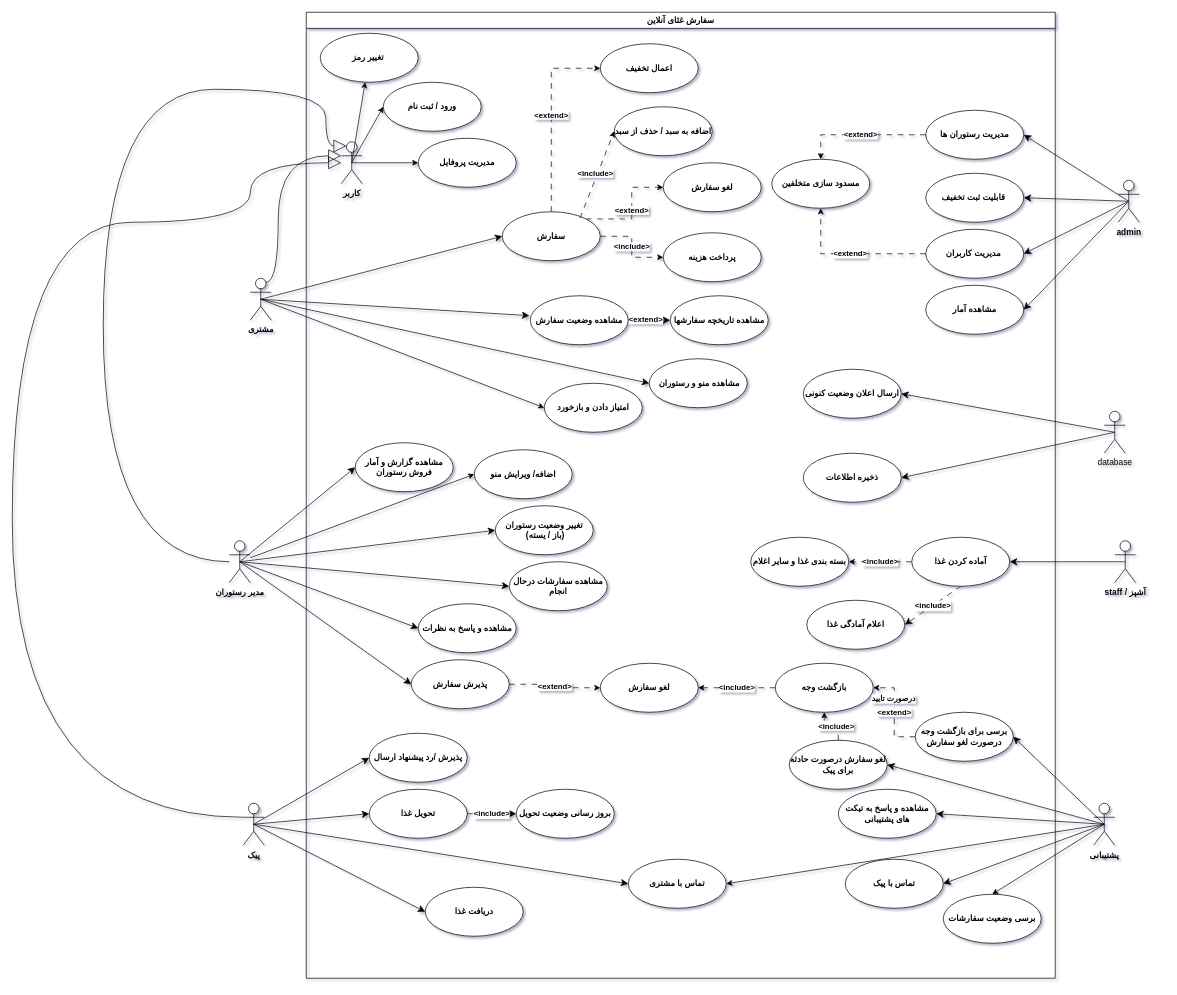
Earlier version of the draw.io diagram usecase.drawio (aqua1252/tasks). Source tidied: cells renumbered, new cells numbered last; positions are measured from the earlier drawing's top-left corner, leaving out a move shared by most shapes. Both pictures are drawn from the tidied source at 70%, with x=0, y=0 at pixel (12, 12).
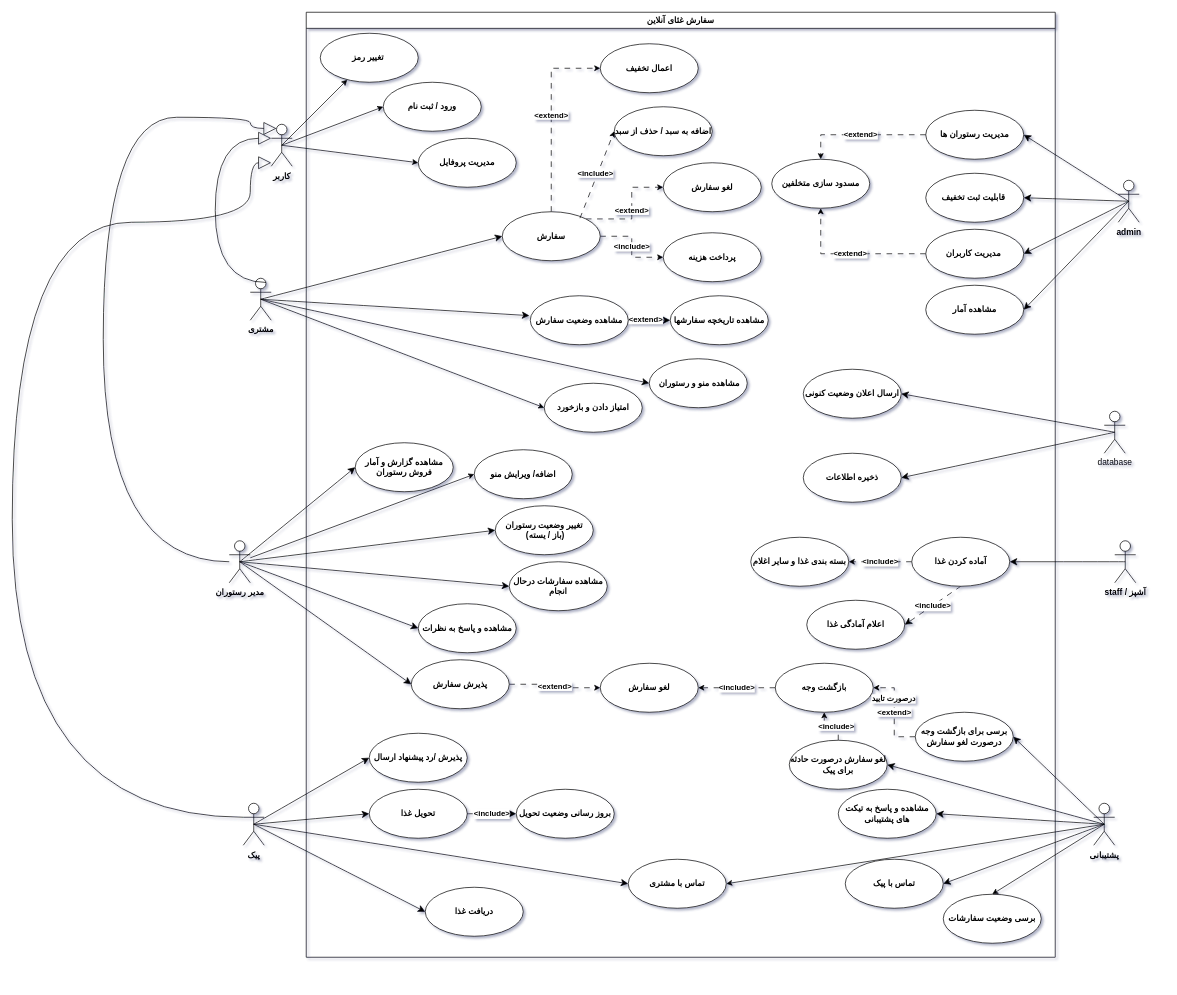
The same diagram, later.

The change refers to these unchanged cells:
```xml
<mxCell id="64" value="مشتری" style="shape=umlActor;verticalLabelPosition=bottom;verticalAlign=top;html=1;outlineConnect=0;fontStyle=1;" parent="1" vertex="1">
  <mxGeometry x="340" y="380" width="30" height="60" as="geometry" />
</mxCell>
<mxCell id="69" value="مدیر رستوران" style="shape=umlActor;verticalLabelPosition=bottom;verticalAlign=top;html=1;outlineConnect=0;fontStyle=1;" parent="1" vertex="1">
  <mxGeometry x="310" y="755" width="30" height="60" as="geometry" />
</mxCell>
<mxCell id="76" value="پیک" style="shape=umlActor;verticalLabelPosition=bottom;verticalAlign=top;html=1;outlineConnect=0;fontStyle=1;" parent="1" vertex="1">
  <mxGeometry x="330" y="1130" width="30" height="60" as="geometry" />
</mxCell>
<mxCell id="99" value="مدیریت پروفایل" style="ellipse;whiteSpace=wrap;html=1;fontStyle=1;" parent="82" vertex="1">
  <mxGeometry x="60" y="135" width="140" height="70" as="geometry" />
</mxCell>
<mxCell id="100" value="ورود / ثبت نام" style="ellipse;whiteSpace=wrap;html=1;fontStyle=1;" parent="82" vertex="1">
  <mxGeometry x="10" y="55" width="140" height="70" as="geometry" />
</mxCell>
<mxCell id="101" value="تغییر رمز&amp;nbsp;" style="ellipse;whiteSpace=wrap;html=1;fontStyle=1;" parent="81" vertex="1">
  <mxGeometry x="20" y="30" width="140" height="70" as="geometry" />
</mxCell>
```

The edit, as a diff of the source:
```diff
@@
     <mxCell id="81" value="سفارش غئای آنلاین" style="swimlane;whiteSpace=wrap;html=1;" parent="1" vertex="1">
-      <mxGeometry x="420" width="1070" height="1380" as="geometry" />
+      <mxGeometry x="420" width="1070" height="1350" as="geometry" />
     </mxCell>
@@
+    <mxCell id="106" style="endArrow=block;endSize=16;endFill=0;html=1;rounded=0;edgeStyle=orthogonalEdgeStyle;curved=1;entryX=0.25;entryY=0.1;entryDx=0;entryDy=0;entryPerimeter=0;" parent="1" edge="1" source="69" target="102">
+      <mxGeometry relative="1" as="geometry">
+        <Array as="points">
+          <mxPoint x="130" y="785" />
+          <mxPoint x="130" y="150" />
+          <mxPoint x="340" y="150" />
+          <mxPoint x="340" y="166" />
+        </Array>
+      </mxGeometry>
+    </mxCell>
+    <mxCell id="107" style="endArrow=block;endSize=16;endFill=0;html=1;rounded=0;edgeStyle=orthogonalEdgeStyle;curved=1;entryX=0;entryY=0.3333333333333333;entryDx=0;entryDy=0;entryPerimeter=0;exitX=0.75;exitY=0.1;exitDx=0;exitDy=0;exitPerimeter=0;" parent="1" edge="1" source="64" target="102">
+      <mxGeometry relative="1" as="geometry">
+        <Array as="points">
+          <mxPoint x="290" y="386" />
+          <mxPoint x="290" y="180" />
+        </Array>
+      </mxGeometry>
+    </mxCell>
+    <mxCell id="108" style="endArrow=block;endSize=16;endFill=0;html=1;rounded=0;edgeStyle=orthogonalEdgeStyle;curved=1;exitX=0;exitY=0.3333333333333333;exitDx=0;exitDy=0;exitPerimeter=0;" parent="1" edge="1" source="76" target="102">
+      <mxGeometry relative="1" as="geometry">
+        <Array as="points">
+          <mxPoint y="1150" />
+          <mxPoint y="300" />
+          <mxPoint x="340" y="300" />
+          <mxPoint x="340" y="215" />
+        </Array>
+      </mxGeometry>
+    </mxCell>
-    <mxCell id="102" value="کاربر" style="shape=umlActor;verticalLabelPosition=bottom;verticalAlign=top;html=1;outlineConnect=0;fontStyle=1;" parent="81" vertex="1">
-      <mxGeometry x="50" y="185" width="30" height="60" as="geometry" />
+    <mxCell id="102" value="کاربر" style="shape=umlActor;verticalLabelPosition=bottom;verticalAlign=top;html=1;outlineConnect=0;fontStyle=1;" parent="1" vertex="1">
+      <mxGeometry x="370" y="160" width="30" height="60" as="geometry" />
     </mxCell>
-    <mxCell id="103" style="endArrow=classic;html=1;rounded=0;entryX=0;entryY=0.5;entryDx=0;entryDy=0;exitX=0.5;exitY=0.5;exitDx=0;exitDy=0;exitPerimeter=0;" parent="81" edge="1" source="102" target="99">
+    <mxCell id="103" style="endArrow=classic;html=1;rounded=0;entryX=0;entryY=0.5;entryDx=0;entryDy=0;exitX=0.5;exitY=0.5;exitDx=0;exitDy=0;exitPerimeter=0;" parent="1" edge="1" source="102" target="99">
       <mxGeometry relative="1" as="geometry" />
     </mxCell>
-    <mxCell id="104" style="endArrow=classic;html=1;rounded=0;exitX=0.5;exitY=0.5;exitDx=0;exitDy=0;exitPerimeter=0;" parent="81" edge="1" source="102" target="101">
+    <mxCell id="104" style="endArrow=classic;html=1;rounded=0;exitX=0.5;exitY=0.5;exitDx=0;exitDy=0;exitPerimeter=0;" parent="1" edge="1" source="102" target="101">
       <mxGeometry relative="1" as="geometry" />
     </mxCell>
-    <mxCell id="105" style="endArrow=classic;html=1;rounded=0;entryX=0;entryY=0.5;entryDx=0;entryDy=0;exitX=0.5;exitY=0.5;exitDx=0;exitDy=0;exitPerimeter=0;" parent="81" edge="1" source="102" target="100">
+    <mxCell id="105" style="endArrow=classic;html=1;rounded=0;entryX=0;entryY=0.5;entryDx=0;entryDy=0;exitX=0.5;exitY=0.5;exitDx=0;exitDy=0;exitPerimeter=0;" parent="1" edge="1" source="102" target="100">
       <mxGeometry relative="1" as="geometry" />
     </mxCell>
-    <mxCell id="106" style="endArrow=block;endSize=16;endFill=0;html=1;rounded=0;edgeStyle=orthogonalEdgeStyle;curved=1;entryX=0.25;entryY=0.1;entryDx=0;entryDy=0;entryPerimeter=0;" parent="1" edge="1" source="69" target="102">
-      <mxGeometry relative="1" as="geometry">
-        <Array as="points">
-          <mxPoint x="130" y="785" />
-          <mxPoint x="130" y="110" />
-          <mxPoint x="448" y="110" />
-        </Array>
-      </mxGeometry>
-    </mxCell>
-    <mxCell id="107" style="endArrow=block;endSize=16;endFill=0;html=1;rounded=0;edgeStyle=orthogonalEdgeStyle;curved=1;entryX=0;entryY=0.3333333333333333;entryDx=0;entryDy=0;entryPerimeter=0;exitX=0.75;exitY=0.1;exitDx=0;exitDy=0;exitPerimeter=0;" parent="1" edge="1" source="64" target="102">
-      <mxGeometry relative="1" as="geometry">
-        <Array as="points">
-          <mxPoint x="380" y="386" />
-          <mxPoint x="380" y="205" />
-        </Array>
-      </mxGeometry>
-    </mxCell>
-    <mxCell id="108" style="endArrow=block;endSize=16;endFill=0;html=1;rounded=0;edgeStyle=orthogonalEdgeStyle;curved=1;exitX=0;exitY=0.3333333333333333;exitDx=0;exitDy=0;exitPerimeter=0;" parent="1" edge="1" source="76" target="102">
-      <mxGeometry relative="1" as="geometry">
-        <Array as="points">
-          <mxPoint y="1150" />
-          <mxPoint y="300" />
-          <mxPoint x="340" y="300" />
-          <mxPoint x="340" y="215" />
-        </Array>
-      </mxGeometry>
-    </mxCell>
```
